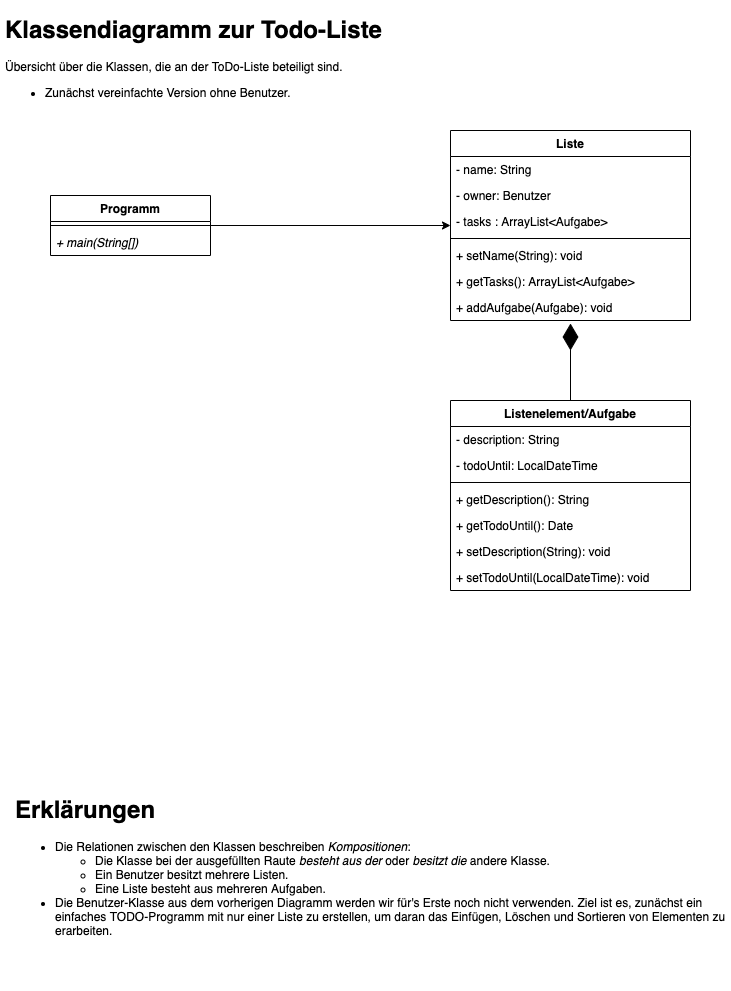
Earlier version of the draw.io export uml/Todo-Liste_V3.png (wwi20ama-programmierung/todo-list). Source tidied: cells renumbered, new cells last; positions are measured from the earlier drawing's top-left corner, leaving out a move shared by most shapes. Its diagram source:
```xml
<mxGraphModel>
  <root>
    <mxCell id="0" />
    <mxCell id="1" parent="0" />
    <mxCell id="2" style="edgeStyle=orthogonalEdgeStyle;rounded=0;jettySize=auto;html=1;" parent="1" edge="1" source="3" target="6">
      <mxGeometry relative="1" as="geometry" />
    </mxCell>
    <mxCell id="3" value="Programm" style="swimlane;fontStyle=1;align=center;verticalAlign=top;horizontal=1;startSize=26;" parent="1" vertex="1">
      <mxGeometry x="50" y="185" width="160" height="60" as="geometry" />
    </mxCell>
    <mxCell id="4" style="line;strokeWidth=1;fillColor=none;align=left;verticalAlign=middle;spacingTop=-1;spacingLeft=3;spacingRight=3;labelPosition=right;" parent="3" vertex="1">
      <mxGeometry y="26" width="160" height="8" as="geometry" />
    </mxCell>
    <mxCell id="5" value="+ main(String[])" style="text;strokeColor=none;fillColor=none;align=left;verticalAlign=top;spacingLeft=4;spacingRight=4;overflow=hidden;fontStyle=2;" parent="3" vertex="1">
      <mxGeometry y="34" width="160" height="26" as="geometry" />
    </mxCell>
    <mxCell id="6" value="Liste" style="swimlane;fontStyle=1;align=center;verticalAlign=top;horizontal=1;startSize=26;" parent="1" vertex="1">
      <mxGeometry x="450" y="120" width="240" height="190" as="geometry" />
    </mxCell>
    <mxCell id="7" value="- name: String" style="text;strokeColor=none;fillColor=none;align=left;verticalAlign=top;spacingLeft=4;spacingRight=4;overflow=hidden;fontStyle=0;" parent="6" vertex="1">
      <mxGeometry y="26" width="240" height="26" as="geometry" />
    </mxCell>
    <mxCell id="8" value="- owner: Benutzer" style="text;strokeColor=none;fillColor=none;align=left;verticalAlign=top;spacingLeft=4;spacingRight=4;overflow=hidden;fontStyle=0;" parent="6" vertex="1">
      <mxGeometry y="52" width="240" height="26" as="geometry" />
    </mxCell>
    <mxCell id="9" value="- tasks : ArrayList&lt;Aufgabe&gt;" style="text;strokeColor=none;fillColor=none;align=left;verticalAlign=top;spacingLeft=4;spacingRight=4;overflow=hidden;fontStyle=0;" parent="6" vertex="1">
      <mxGeometry y="78" width="240" height="26" as="geometry" />
    </mxCell>
    <mxCell id="10" style="line;strokeWidth=1;fillColor=none;align=left;verticalAlign=middle;spacingTop=-1;spacingLeft=3;spacingRight=3;labelPosition=right;" parent="6" vertex="1">
      <mxGeometry y="104" width="240" height="8" as="geometry" />
    </mxCell>
    <mxCell id="11" value="+ setName(String): void" style="text;strokeColor=none;fillColor=none;align=left;verticalAlign=top;spacingLeft=4;spacingRight=4;overflow=hidden;fontStyle=0;" parent="6" vertex="1">
      <mxGeometry y="112" width="240" height="26" as="geometry" />
    </mxCell>
    <mxCell id="12" value="+ getTasks(): ArrayList&lt;Aufgabe&gt;" style="text;strokeColor=none;fillColor=none;align=left;verticalAlign=top;spacingLeft=4;spacingRight=4;overflow=hidden;fontStyle=0;" parent="6" vertex="1">
      <mxGeometry y="138" width="240" height="26" as="geometry" />
    </mxCell>
    <mxCell id="13" value="+ addAufgabe(Aufgabe): void" style="text;strokeColor=none;fillColor=none;align=left;verticalAlign=top;spacingLeft=4;spacingRight=4;overflow=hidden;points=[[0,0.5],[1,0.5]];portConstraint=eastwest;fontStyle=0;" parent="6" vertex="1">
      <mxGeometry y="164" width="240" height="26" as="geometry" />
    </mxCell>
    <mxCell id="14" value="Listenelement/Aufgabe" style="swimlane;fontStyle=1;align=center;verticalAlign=top;horizontal=1;startSize=26;" parent="1" vertex="1">
      <mxGeometry x="450" y="390" width="240" height="190" as="geometry" />
    </mxCell>
    <mxCell id="15" value="- description: String" style="text;strokeColor=none;fillColor=none;align=left;verticalAlign=top;spacingLeft=4;spacingRight=4;overflow=hidden;" parent="14" vertex="1">
      <mxGeometry y="26" width="240" height="26" as="geometry" />
    </mxCell>
    <mxCell id="16" value="- todoUntil: LocalDateTime" style="text;strokeColor=none;fillColor=none;align=left;verticalAlign=top;spacingLeft=4;spacingRight=4;overflow=hidden;" parent="14" vertex="1">
      <mxGeometry y="52" width="240" height="26" as="geometry" />
    </mxCell>
    <mxCell id="17" style="line;strokeWidth=1;fillColor=none;align=left;verticalAlign=middle;spacingTop=-1;spacingLeft=3;spacingRight=3;labelPosition=right;" parent="14" vertex="1">
      <mxGeometry y="78" width="240" height="8" as="geometry" />
    </mxCell>
    <mxCell id="18" value="+ getDescription(): String" style="text;strokeColor=none;fillColor=none;align=left;verticalAlign=top;spacingLeft=4;spacingRight=4;overflow=hidden;" parent="14" vertex="1">
      <mxGeometry y="86" width="240" height="26" as="geometry" />
    </mxCell>
    <mxCell id="19" value="+ getTodoUntil(): Date" style="text;strokeColor=none;fillColor=none;align=left;verticalAlign=top;spacingLeft=4;spacingRight=4;overflow=hidden;" parent="14" vertex="1">
      <mxGeometry y="112" width="240" height="26" as="geometry" />
    </mxCell>
    <mxCell id="20" value="+ setDescription(String): void" style="text;strokeColor=none;fillColor=none;align=left;verticalAlign=top;spacingLeft=4;spacingRight=4;overflow=hidden;" parent="14" vertex="1">
      <mxGeometry y="138" width="240" height="26" as="geometry" />
    </mxCell>
    <mxCell id="21" value="+ setTodoUntil(LocalDateTime): void" style="text;strokeColor=none;fillColor=none;align=left;verticalAlign=top;spacingLeft=4;spacingRight=4;overflow=hidden;" parent="14" vertex="1">
      <mxGeometry y="164" width="240" height="26" as="geometry" />
    </mxCell>
    <mxCell id="22" style="endArrow=diamondThin;endFill=1;endSize=24;html=1;exitX=0.5;exitY=0;exitDx=0;exitDy=0;entryX=0.5;entryY=1.115;entryDx=0;entryDy=0;entryPerimeter=0;" parent="1" edge="1" source="14" target="13">
      <mxGeometry relative="1" as="geometry" />
    </mxCell>
    <mxCell id="23" value="&lt;h1&gt;Erklärungen&lt;/h1&gt;&lt;p&gt;&lt;/p&gt;&lt;ul&gt;&lt;li&gt;Die Relationen zwischen den Klassen beschreiben &lt;i&gt;Kompositionen&lt;/i&gt;:&lt;/li&gt;&lt;ul&gt;&lt;li&gt;Die Klasse bei der ausgefüllten Raute &lt;i&gt;besteht aus der &lt;/i&gt;oder &lt;i&gt;besitzt die &lt;/i&gt;andere Klasse.&lt;/li&gt;&lt;li&gt;Ein Benutzer besitzt mehrere Listen.&lt;/li&gt;&lt;li&gt;Eine Liste besteht aus mehreren Aufgaben.&lt;/li&gt;&lt;/ul&gt;&lt;li&gt;Die Benutzer-Klasse aus dem vorherigen Diagramm werden wir für's Erste noch nicht verwenden. Ziel ist es, zunächst ein einfaches TODO-Programm mit nur einer Liste zu erstellen, um daran das Einfügen, Löschen und Sortieren von Elementen zu erarbeiten.&lt;/li&gt;&lt;/ul&gt;&lt;br&gt;&lt;br&gt;&lt;p&gt;&lt;/p&gt;" style="text;html=1;strokeColor=none;fillColor=none;spacing=5;spacingTop=-20;whiteSpace=wrap;overflow=hidden;rounded=0;" parent="1" vertex="1">
      <mxGeometry x="10" y="780" width="720" height="200" as="geometry" />
    </mxCell>
    <mxCell id="24" value="&lt;h1&gt;Klassendiagramm zur Todo-Liste&lt;/h1&gt;&lt;div&gt;Übersicht über die Klassen, die an der ToDo-Liste beteiligt sind.&lt;/div&gt;&lt;div&gt;&lt;ul&gt;&lt;li&gt;Zunächst vereinfachte Version ohne Benutzer.&lt;/li&gt;&lt;/ul&gt;&lt;/div&gt;" style="text;html=1;strokeColor=none;fillColor=none;spacing=5;spacingTop=-20;whiteSpace=wrap;overflow=hidden;rounded=0;" parent="1" vertex="1">
      <mxGeometry width="410" height="120" as="geometry" />
    </mxCell>
  </root>
</mxGraphModel>
```
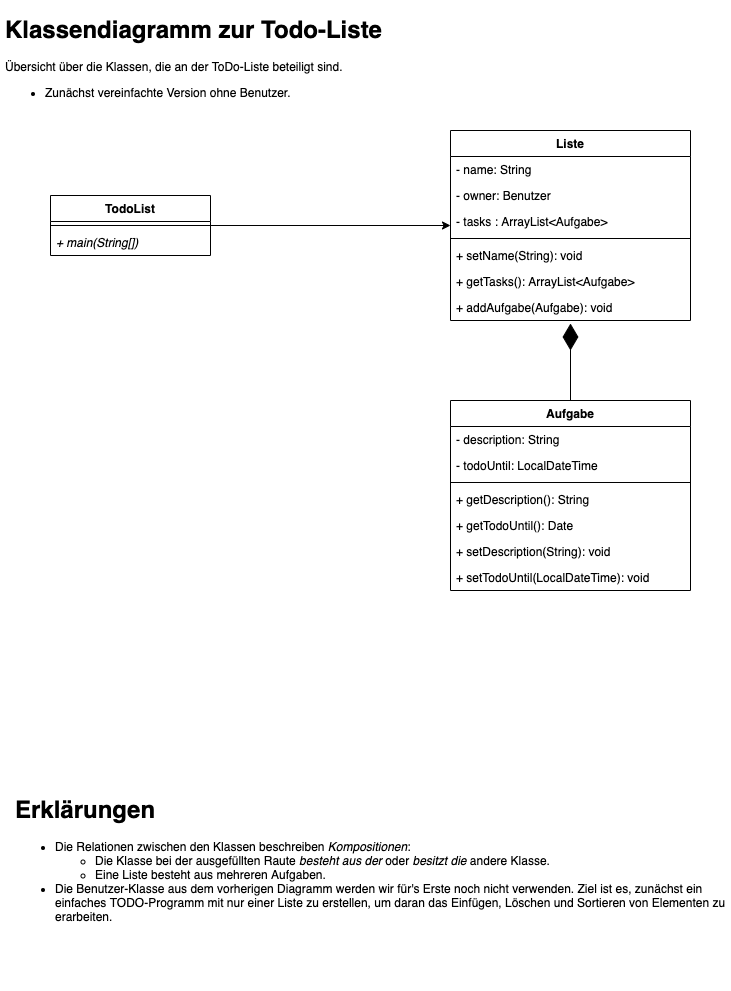
After the commit.

Commit message:
Namen im Klassendiagramm angepasst.

Change to the diagram source:
```diff
@@ -5,7 +5,7 @@
     <mxCell id="2" style="edgeStyle=orthogonalEdgeStyle;rounded=0;jettySize=auto;html=1;" parent="1" edge="1" source="3" target="6">
       <mxGeometry relative="1" as="geometry" />
     </mxCell>
-    <mxCell id="3" value="Programm" style="swimlane;fontStyle=1;align=center;verticalAlign=top;horizontal=1;startSize=26;" parent="1" vertex="1">
+    <mxCell id="3" value="TodoList" style="swimlane;fontStyle=1;align=center;verticalAlign=top;horizontal=1;startSize=26;" parent="1" vertex="1">
       <mxGeometry x="50" y="185" width="160" height="60" as="geometry" />
     </mxCell>
     <mxCell id="4" style="line;strokeWidth=1;fillColor=none;align=left;verticalAlign=middle;spacingTop=-1;spacingLeft=3;spacingRight=3;labelPosition=right;" parent="3" vertex="1">
@@ -38,7 +38,7 @@
     <mxCell id="13" value="+ addAufgabe(Aufgabe): void" style="text;strokeColor=none;fillColor=none;align=left;verticalAlign=top;spacingLeft=4;spacingRight=4;overflow=hidden;points=[[0,0.5],[1,0.5]];portConstraint=eastwest;fontStyle=0;" parent="6" vertex="1">
       <mxGeometry y="164" width="240" height="26" as="geometry" />
     </mxCell>
-    <mxCell id="14" value="Listenelement/Aufgabe" style="swimlane;fontStyle=1;align=center;verticalAlign=top;horizontal=1;startSize=26;" parent="1" vertex="1">
+    <mxCell id="14" value="Aufgabe" style="swimlane;fontStyle=1;align=center;verticalAlign=top;horizontal=1;startSize=26;" parent="1" vertex="1">
       <mxGeometry x="450" y="390" width="240" height="190" as="geometry" />
     </mxCell>
     <mxCell id="15" value="- description: String" style="text;strokeColor=none;fillColor=none;align=left;verticalAlign=top;spacingLeft=4;spacingRight=4;overflow=hidden;" parent="14" vertex="1">
@@ -65,7 +65,7 @@
     <mxCell id="22" style="endArrow=diamondThin;endFill=1;endSize=24;html=1;exitX=0.5;exitY=0;exitDx=0;exitDy=0;entryX=0.5;entryY=1.115;entryDx=0;entryDy=0;entryPerimeter=0;" parent="1" edge="1" source="14" target="13">
       <mxGeometry relative="1" as="geometry" />
     </mxCell>
-    <mxCell id="23" value="&lt;h1&gt;Erklärungen&lt;/h1&gt;&lt;p&gt;&lt;/p&gt;&lt;ul&gt;&lt;li&gt;Die Relationen zwischen den Klassen beschreiben &lt;i&gt;Kompositionen&lt;/i&gt;:&lt;/li&gt;&lt;ul&gt;&lt;li&gt;Die Klasse bei der ausgefüllten Raute &lt;i&gt;besteht aus der &lt;/i&gt;oder &lt;i&gt;besitzt die &lt;/i&gt;andere Klasse.&lt;/li&gt;&lt;li&gt;Ein Benutzer besitzt mehrere Listen.&lt;/li&gt;&lt;li&gt;Eine Liste besteht aus mehreren Aufgaben.&lt;/li&gt;&lt;/ul&gt;&lt;li&gt;Die Benutzer-Klasse aus dem vorherigen Diagramm werden wir für's Erste noch nicht verwenden. Ziel ist es, zunächst ein einfaches TODO-Programm mit nur einer Liste zu erstellen, um daran das Einfügen, Löschen und Sortieren von Elementen zu erarbeiten.&lt;/li&gt;&lt;/ul&gt;&lt;br&gt;&lt;br&gt;&lt;p&gt;&lt;/p&gt;" style="text;html=1;strokeColor=none;fillColor=none;spacing=5;spacingTop=-20;whiteSpace=wrap;overflow=hidden;rounded=0;" parent="1" vertex="1">
+    <mxCell id="23" value="&lt;h1&gt;Erklärungen&lt;/h1&gt;&lt;p&gt;&lt;/p&gt;&lt;ul&gt;&lt;li&gt;Die Relationen zwischen den Klassen beschreiben &lt;i&gt;Kompositionen&lt;/i&gt;:&lt;/li&gt;&lt;ul&gt;&lt;li&gt;Die Klasse bei der ausgefüllten Raute &lt;i&gt;besteht aus der &lt;/i&gt;oder &lt;i&gt;besitzt die &lt;/i&gt;andere Klasse.&lt;/li&gt;&lt;li&gt;Eine Liste besteht aus mehreren Aufgaben.&lt;/li&gt;&lt;/ul&gt;&lt;li&gt;Die Benutzer-Klasse aus dem vorherigen Diagramm werden wir für's Erste noch nicht verwenden. Ziel ist es, zunächst ein einfaches TODO-Programm mit nur einer Liste zu erstellen, um daran das Einfügen, Löschen und Sortieren von Elementen zu erarbeiten.&lt;/li&gt;&lt;/ul&gt;&lt;br&gt;&lt;br&gt;&lt;p&gt;&lt;/p&gt;" style="text;html=1;strokeColor=none;fillColor=none;spacing=5;spacingTop=-20;whiteSpace=wrap;overflow=hidden;rounded=0;" parent="1" vertex="1">
       <mxGeometry x="10" y="780" width="720" height="200" as="geometry" />
     </mxCell>
     <mxCell id="24" value="&lt;h1&gt;Klassendiagramm zur Todo-Liste&lt;/h1&gt;&lt;div&gt;Übersicht über die Klassen, die an der ToDo-Liste beteiligt sind.&lt;/div&gt;&lt;div&gt;&lt;ul&gt;&lt;li&gt;Zunächst vereinfachte Version ohne Benutzer.&lt;/li&gt;&lt;/ul&gt;&lt;/div&gt;" style="text;html=1;strokeColor=none;fillColor=none;spacing=5;spacingTop=-20;whiteSpace=wrap;overflow=hidden;rounded=0;" parent="1" vertex="1">
```
